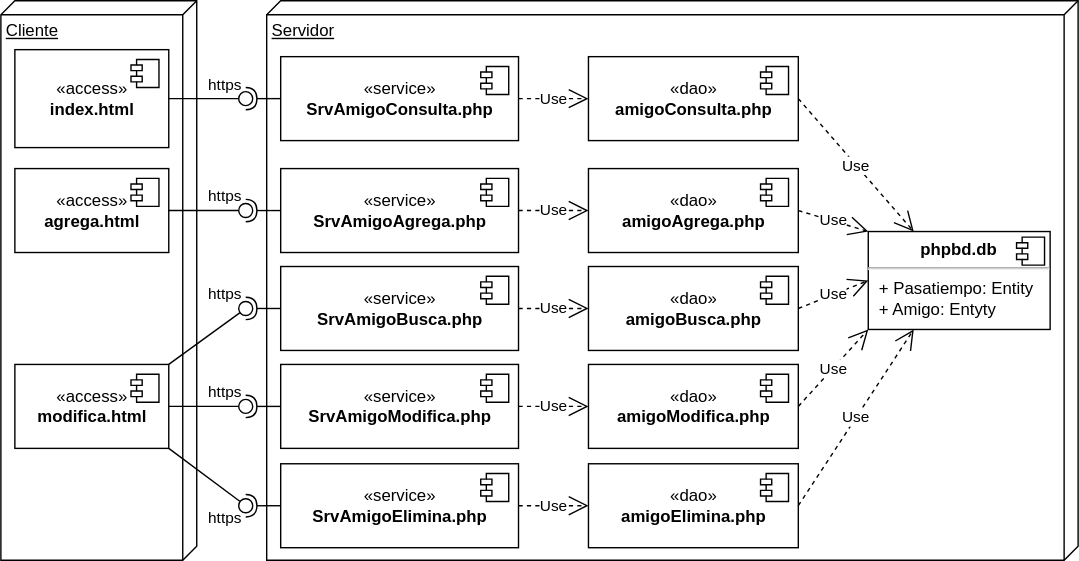
Above: img/m17auno/aunodeploy.drawio.svg in gilpgawoas/gilpgawoas.github.io (draw.io), before the change. Source tidied: cells renumbered, new cells last; positions are measured from the earlier drawing's top-left corner, leaving out a move shared by most shapes.
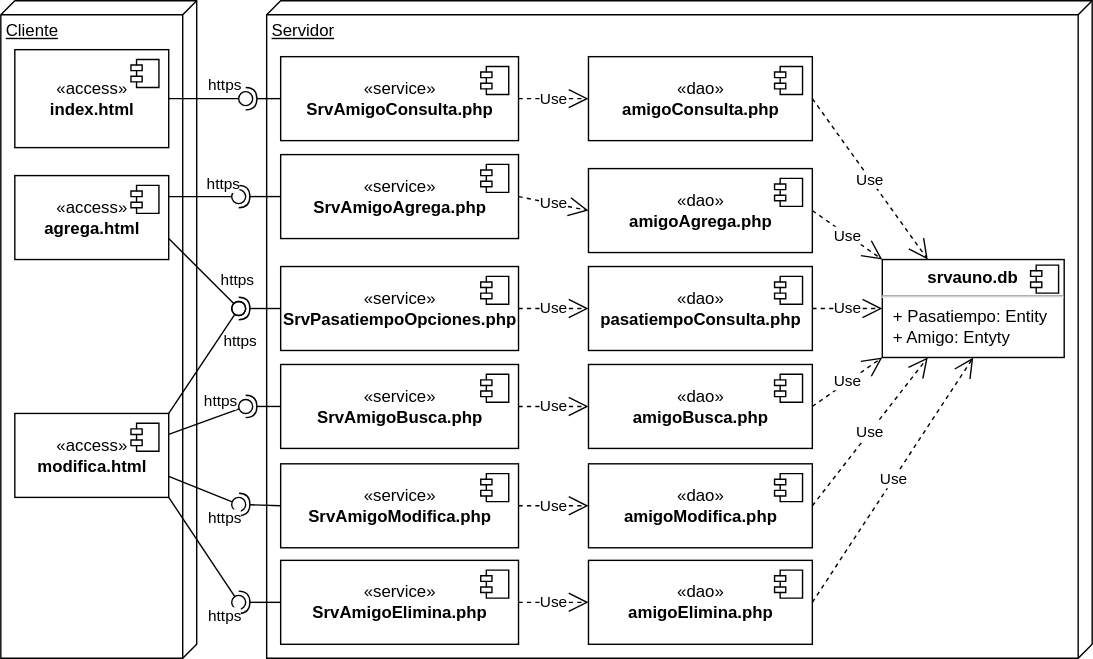
After the commit.

The edit, as a diff of the source:
```diff
@@ -3,7 +3,7 @@
     <mxCell id="0" />
     <mxCell id="1" parent="0" />
     <mxCell id="2" value="Cliente" style="verticalAlign=top;align=left;spacingTop=8;spacingLeft=2;spacingRight=12;shape=cube;size=10;direction=south;fontStyle=4;html=1;" parent="1" vertex="1">
-      <mxGeometry width="140" height="400" as="geometry" />
+      <mxGeometry width="140" height="470" as="geometry" />
     </mxCell>
     <mxCell id="3" value="«access»&lt;br&gt;&lt;b&gt;index.html&lt;/b&gt;" style="html=1;" parent="1" vertex="1">
       <mxGeometry x="10" y="35" width="110" height="70" as="geometry" />
@@ -14,7 +14,7 @@
       </mxGeometry>
     </mxCell>
     <mxCell id="5" value="Servidor" style="verticalAlign=top;align=left;spacingTop=8;spacingLeft=2;spacingRight=12;shape=cube;size=10;direction=south;fontStyle=4;html=1;" parent="1" vertex="1">
-      <mxGeometry x="190" width="580" height="400" as="geometry" />
+      <mxGeometry x="190" width="590" height="470" as="geometry" />
     </mxCell>
     <mxCell id="6" value="«service»&lt;br&gt;&lt;b&gt;SrvAmigoConsulta.php&lt;/b&gt;" style="html=1;" parent="1" vertex="1">
       <mxGeometry x="200" y="40" width="170" height="60" as="geometry" />
@@ -25,7 +25,7 @@
       </mxGeometry>
     </mxCell>
     <mxCell id="8" value="«dao»&lt;br&gt;&lt;b style=&quot;border-color: var(--border-color);&quot;&gt;amigo&lt;/b&gt;&lt;b&gt;Modifica.php&lt;/b&gt;" style="html=1;" parent="1" vertex="1">
-      <mxGeometry x="420" y="260" width="150" height="60" as="geometry" />
+      <mxGeometry x="420" y="331" width="160" height="60" as="geometry" />
     </mxCell>
     <mxCell id="9" style="shape=module;jettyWidth=8;jettyHeight=4;" parent="8" vertex="1">
       <mxGeometry x="1" width="20" height="20" relative="1" as="geometry">
@@ -33,7 +33,7 @@
       </mxGeometry>
     </mxCell>
     <mxCell id="10" value="«dao»&lt;br&gt;&lt;b style=&quot;border-color: var(--border-color);&quot;&gt;amigo&lt;/b&gt;&lt;b&gt;Elimina.php&lt;/b&gt;" style="html=1;" parent="1" vertex="1">
-      <mxGeometry x="420" y="331" width="150" height="60" as="geometry" />
+      <mxGeometry x="420" y="400" width="160" height="60" as="geometry" />
     </mxCell>
     <mxCell id="11" style="shape=module;jettyWidth=8;jettyHeight=4;" parent="10" vertex="1">
       <mxGeometry x="1" width="20" height="20" relative="1" as="geometry">
@@ -46,14 +46,14 @@
     <mxCell id="13" value="Use" style="endArrow=open;endSize=12;dashed=1;html=1;rounded=0;entryX=0;entryY=0.5;entryDx=0;entryDy=0;exitX=1;exitY=0.5;exitDx=0;exitDy=0;" parent="1" edge="1" source="38" target="10">
       <mxGeometry relative="1" as="geometry" />
     </mxCell>
-    <mxCell id="14" value="Use" style="endArrow=open;endSize=12;dashed=1;html=1;rounded=0;exitX=1;exitY=0.5;exitDx=0;exitDy=0;entryX=0;entryY=1;entryDx=0;entryDy=0;" parent="1" edge="1" source="8" target="16">
+    <mxCell id="14" value="Use" style="endArrow=open;endSize=12;dashed=1;html=1;rounded=0;exitX=1;exitY=0.5;exitDx=0;exitDy=0;entryX=0.25;entryY=1;entryDx=0;entryDy=0;" parent="1" edge="1" source="8" target="16">
       <mxGeometry relative="1" as="geometry" />
     </mxCell>
-    <mxCell id="15" value="Use" style="endArrow=open;endSize=12;dashed=1;html=1;rounded=0;entryX=0.25;entryY=1;entryDx=0;entryDy=0;exitX=1;exitY=0.5;exitDx=0;exitDy=0;" parent="1" edge="1" source="10" target="16">
+    <mxCell id="15" value="Use" style="endArrow=open;endSize=12;dashed=1;html=1;rounded=0;entryX=0.5;entryY=1;entryDx=0;entryDy=0;exitX=1;exitY=0.5;exitDx=0;exitDy=0;" parent="1" edge="1" source="10" target="16">
       <mxGeometry relative="1" as="geometry" />
     </mxCell>
-    <mxCell id="16" value="&lt;p style=&quot;margin:0px;margin-top:6px;text-align:center;&quot;&gt;&lt;b&gt;phpbd.db&lt;/b&gt;&lt;/p&gt;&lt;hr&gt;&lt;p style=&quot;margin:0px;margin-left:8px;&quot;&gt;+ Pasatiempo: Entity&lt;/p&gt;&lt;p style=&quot;margin:0px;margin-left:8px;&quot;&gt;+ Amigo: Entyty&lt;/p&gt;" style="align=left;overflow=fill;html=1;" parent="1" vertex="1">
-      <mxGeometry x="620" y="165" width="130" height="70" as="geometry" />
+    <mxCell id="16" value="&lt;p style=&quot;margin:0px;margin-top:6px;text-align:center;&quot;&gt;&lt;b&gt;srvauno.db&lt;/b&gt;&lt;/p&gt;&lt;hr&gt;&lt;p style=&quot;margin:0px;margin-left:8px;&quot;&gt;+ Pasatiempo: Entity&lt;/p&gt;&lt;p style=&quot;margin:0px;margin-left:8px;&quot;&gt;+ Amigo: Entyty&lt;/p&gt;" style="align=left;overflow=fill;html=1;" parent="1" vertex="1">
+      <mxGeometry x="630" y="185" width="130" height="70" as="geometry" />
     </mxCell>
     <mxCell id="17" style="shape=component;jettyWidth=8;jettyHeight=4;" parent="16" vertex="1">
       <mxGeometry x="1" width="20" height="20" relative="1" as="geometry">
@@ -61,7 +61,7 @@
       </mxGeometry>
     </mxCell>
     <mxCell id="18" value="«dao»&lt;br&gt;&lt;b style=&quot;border-color: var(--border-color);&quot;&gt;amigo&lt;/b&gt;&lt;b&gt;Agrega.php&lt;/b&gt;" style="html=1;" parent="1" vertex="1">
-      <mxGeometry x="420" y="120" width="150" height="60" as="geometry" />
+      <mxGeometry x="420" y="120" width="160" height="60" as="geometry" />
     </mxCell>
     <mxCell id="19" style="shape=module;jettyWidth=8;jettyHeight=4;" parent="18" vertex="1">
       <mxGeometry x="1" width="20" height="20" relative="1" as="geometry">
@@ -69,7 +69,7 @@
       </mxGeometry>
     </mxCell>
     <mxCell id="20" value="«dao»&lt;br&gt;&lt;b style=&quot;border-color: var(--border-color);&quot;&gt;amigo&lt;/b&gt;&lt;b&gt;Busca.php&lt;/b&gt;" style="html=1;" parent="1" vertex="1">
-      <mxGeometry x="420" y="190" width="150" height="60" as="geometry" />
+      <mxGeometry x="420" y="260" width="160" height="60" as="geometry" />
     </mxCell>
     <mxCell id="21" style="shape=module;jettyWidth=8;jettyHeight=4;" parent="20" vertex="1">
       <mxGeometry x="1" width="20" height="20" relative="1" as="geometry">
@@ -79,7 +79,7 @@
     <mxCell id="22" value="Use" style="endArrow=open;endSize=12;dashed=1;html=1;rounded=0;exitX=1;exitY=0.5;exitDx=0;exitDy=0;entryX=0;entryY=0;entryDx=0;entryDy=0;" parent="1" edge="1" source="18" target="16">
       <mxGeometry relative="1" as="geometry" />
     </mxCell>
-    <mxCell id="23" value="Use" style="endArrow=open;endSize=12;dashed=1;html=1;rounded=0;exitX=1;exitY=0.5;exitDx=0;exitDy=0;entryX=0;entryY=0.5;entryDx=0;entryDy=0;" parent="1" edge="1" source="20" target="16">
+    <mxCell id="23" value="Use" style="endArrow=open;endSize=12;dashed=1;html=1;rounded=0;exitX=1;exitY=0.5;exitDx=0;exitDy=0;entryX=0;entryY=1;entryDx=0;entryDy=0;" parent="1" edge="1" source="20" target="16">
       <mxGeometry relative="1" as="geometry" />
     </mxCell>
     <mxCell id="24" value="Use" style="endArrow=open;endSize=12;dashed=1;html=1;rounded=0;entryX=0;entryY=0.5;entryDx=0;entryDy=0;exitX=1;exitY=0.5;exitDx=0;exitDy=0;" parent="1" edge="1" source="34" target="20">
@@ -89,7 +89,7 @@
       <mxGeometry relative="1" as="geometry" />
     </mxCell>
     <mxCell id="26" value="«access»&lt;br&gt;&lt;b&gt;agrega.html&lt;/b&gt;" style="html=1;" parent="1" vertex="1">
-      <mxGeometry x="10" y="120" width="110" height="60" as="geometry" />
+      <mxGeometry x="10" y="125" width="110" height="60" as="geometry" />
     </mxCell>
     <mxCell id="27" style="shape=module;jettyWidth=8;jettyHeight=4;" parent="26" vertex="1">
       <mxGeometry x="1" width="20" height="20" relative="1" as="geometry">
@@ -97,7 +97,7 @@
       </mxGeometry>
     </mxCell>
     <mxCell id="28" value="«access»&lt;br&gt;&lt;b&gt;modifica.html&lt;/b&gt;" style="html=1;" parent="1" vertex="1">
-      <mxGeometry x="10" y="260" width="110" height="60" as="geometry" />
+      <mxGeometry x="10" y="295" width="110" height="60" as="geometry" />
     </mxCell>
     <mxCell id="29" style="shape=module;jettyWidth=8;jettyHeight=4;" parent="28" vertex="1">
       <mxGeometry x="1" width="20" height="20" relative="1" as="geometry">
@@ -105,7 +105,7 @@
       </mxGeometry>
     </mxCell>
     <mxCell id="30" value="«dao»&lt;br&gt;&lt;b&gt;amigoConsulta.php&lt;/b&gt;" style="html=1;" parent="1" vertex="1">
-      <mxGeometry x="420" y="40" width="150" height="60" as="geometry" />
+      <mxGeometry x="420" y="40" width="160" height="60" as="geometry" />
     </mxCell>
     <mxCell id="31" style="shape=module;jettyWidth=8;jettyHeight=4;" parent="30" vertex="1">
       <mxGeometry x="1" width="20" height="20" relative="1" as="geometry">
@@ -113,7 +113,7 @@
       </mxGeometry>
     </mxCell>
     <mxCell id="32" value="«service»&lt;br&gt;&lt;b&gt;Srv&lt;/b&gt;&lt;b style=&quot;border-color: var(--border-color);&quot;&gt;Amigo&lt;/b&gt;&lt;b&gt;Agrega.php&lt;/b&gt;" style="html=1;" parent="1" vertex="1">
-      <mxGeometry x="200" y="120" width="170" height="60" as="geometry" />
+      <mxGeometry x="200" y="110" width="170" height="60" as="geometry" />
     </mxCell>
     <mxCell id="33" style="shape=module;jettyWidth=8;jettyHeight=4;" parent="32" vertex="1">
       <mxGeometry x="1" width="20" height="20" relative="1" as="geometry">
@@ -121,7 +121,7 @@
       </mxGeometry>
     </mxCell>
     <mxCell id="34" value="«service»&lt;br&gt;&lt;b&gt;Srv&lt;/b&gt;&lt;b style=&quot;border-color: var(--border-color);&quot;&gt;Amigo&lt;/b&gt;&lt;b&gt;Busca.php&lt;/b&gt;" style="html=1;" parent="1" vertex="1">
-      <mxGeometry x="200" y="190" width="170" height="60" as="geometry" />
+      <mxGeometry x="200" y="260" width="170" height="60" as="geometry" />
     </mxCell>
     <mxCell id="35" style="shape=module;jettyWidth=8;jettyHeight=4;" parent="34" vertex="1">
       <mxGeometry x="1" width="20" height="20" relative="1" as="geometry">
@@ -129,7 +129,7 @@
       </mxGeometry>
     </mxCell>
     <mxCell id="36" value="«service»&lt;br&gt;&lt;b&gt;Srv&lt;/b&gt;&lt;b style=&quot;border-color: var(--border-color);&quot;&gt;Amigo&lt;/b&gt;&lt;b&gt;Modifica.php&lt;/b&gt;" style="html=1;" parent="1" vertex="1">
-      <mxGeometry x="200" y="260" width="170" height="60" as="geometry" />
+      <mxGeometry x="200" y="331" width="170" height="60" as="geometry" />
     </mxCell>
     <mxCell id="37" style="shape=module;jettyWidth=8;jettyHeight=4;" parent="36" vertex="1">
       <mxGeometry x="1" width="20" height="20" relative="1" as="geometry">
@@ -137,7 +137,7 @@
       </mxGeometry>
     </mxCell>
     <mxCell id="38" value="«service»&lt;br&gt;&lt;b&gt;Srv&lt;/b&gt;&lt;b style=&quot;border-color: var(--border-color);&quot;&gt;Amigo&lt;/b&gt;&lt;b&gt;Elimina.php&lt;/b&gt;" style="html=1;" parent="1" vertex="1">
-      <mxGeometry x="200" y="331" width="170" height="60" as="geometry" />
+      <mxGeometry x="200" y="400" width="170" height="60" as="geometry" />
     </mxCell>
     <mxCell id="39" style="shape=module;jettyWidth=8;jettyHeight=4;" parent="38" vertex="1">
       <mxGeometry x="1" width="20" height="20" relative="1" as="geometry">
@@ -150,42 +150,23 @@
     <mxCell id="41" value="Use" style="endArrow=open;endSize=12;dashed=1;html=1;rounded=0;exitX=1;exitY=0.5;exitDx=0;exitDy=0;entryX=0.25;entryY=0;entryDx=0;entryDy=0;" parent="1" edge="1" source="30" target="16">
       <mxGeometry relative="1" as="geometry" />
     </mxCell>
-    <mxCell id="42" value="https" style="rounded=0;jettySize=auto;html=1;endArrow=none;endFill=0;sketch=0;sourcePerimeterSpacing=0;targetPerimeterSpacing=0;exitX=1;exitY=0;exitDx=0;exitDy=0;" parent="1" edge="1" source="28" target="44">
-      <mxGeometry x="0.96" y="17" relative="1" as="geometry" />
+    <mxCell id="42" value="https" style="rounded=0;jettySize=auto;html=1;endArrow=none;endFill=0;sketch=0;sourcePerimeterSpacing=0;targetPerimeterSpacing=0;exitX=1;exitY=0.25;exitDx=0;exitDy=0;" parent="1" edge="1" source="28" target="44">
+      <mxGeometry x="0.6" y="10" relative="1" as="geometry" />
     </mxCell>
-    <mxCell id="43" style="rounded=0;jettySize=auto;html=1;endArrow=halfCircle;endFill=0;entryX=0.5;entryY=0.5;endSize=6;strokeWidth=1;sketch=0;exitX=0;exitY=0.5;exitDx=0;exitDy=0;" parent="1" edge="1" source="34" target="44">
-      <mxGeometry relative="1" as="geometry" />
+    <mxCell id="43" style="rounded=0;jettySize=auto;html=1;endArrow=halfCircle;endFill=0;endSize=6;strokeWidth=1;sketch=0;exitX=0;exitY=0.5;exitDx=0;exitDy=0;" parent="1" edge="1" source="34">
+      <mxGeometry relative="1" as="geometry">
+        <mxPoint x="175" y="290" as="targetPoint" />
+      </mxGeometry>
     </mxCell>
     <mxCell id="44" style="ellipse;whiteSpace=wrap;html=1;align=center;points=[];outlineConnect=0;sketch=0;" parent="1" vertex="1">
-      <mxGeometry x="170" y="215" width="10" height="10" as="geometry" />
+      <mxGeometry x="170" y="285" width="10" height="10" as="geometry" />
     </mxCell>
-    <mxCell id="45" value="https" style="rounded=0;jettySize=auto;html=1;endArrow=none;endFill=0;sketch=0;sourcePerimeterSpacing=0;targetPerimeterSpacing=0;exitX=1;exitY=0.5;exitDx=0;exitDy=0;" parent="1" edge="1" source="28" target="47">
-      <mxGeometry x="0.6" y="10" relative="1" as="geometry" />
-    </mxCell>
-    <mxCell id="46" style="rounded=0;jettySize=auto;html=1;endArrow=halfCircle;endFill=0;entryX=0.5;entryY=0.5;endSize=6;strokeWidth=1;sketch=0;exitX=0;exitY=0.5;exitDx=0;exitDy=0;" parent="1" edge="1" source="36" target="47">
-      <mxGeometry relative="1" as="geometry" />
-    </mxCell>
-    <mxCell id="47" style="ellipse;whiteSpace=wrap;html=1;align=center;points=[];outlineConnect=0;sketch=0;" parent="1" vertex="1">
-      <mxGeometry x="170" y="285" width="10" height="10" as="geometry" />
-    </mxCell>
-    <mxCell id="48" value="https" style="rounded=0;jettySize=auto;html=1;endArrow=none;endFill=0;sketch=0;sourcePerimeterSpacing=0;targetPerimeterSpacing=0;exitX=1;exitY=1;exitDx=0;exitDy=0;" parent="1" edge="1" source="28" target="50">
-      <mxGeometry x="0.95" y="-16" relative="1" as="geometry" />
-    </mxCell>
-    <mxCell id="49" style="rounded=0;jettySize=auto;html=1;endArrow=halfCircle;endFill=0;entryX=0.5;entryY=0.5;endSize=6;strokeWidth=1;sketch=0;exitX=0;exitY=0.5;exitDx=0;exitDy=0;" parent="1" edge="1" source="38" target="50">
-      <mxGeometry relative="1" as="geometry" />
+    <mxCell id="49" style="rounded=0;orthogonalLoop=1;jettySize=auto;html=1;endArrow=halfCircle;endFill=0;endSize=6;strokeWidth=1;sketch=0;exitX=0;exitY=0.5;exitDx=0;exitDy=0;" parent="1" edge="1">
+      <mxGeometry relative="1" as="geometry">
+        <mxPoint x="170" y="430" as="sourcePoint" />
+        <mxPoint x="170" y="430" as="targetPoint" />
+      </mxGeometry>
     </mxCell>
-    <mxCell id="50" style="ellipse;whiteSpace=wrap;html=1;align=center;points=[];outlineConnect=0;sketch=0;" parent="1" vertex="1">
-      <mxGeometry x="170" y="356" width="10" height="10" as="geometry" />
-    </mxCell>
-    <mxCell id="51" value="https" style="rounded=0;jettySize=auto;html=1;endArrow=none;endFill=0;sketch=0;sourcePerimeterSpacing=0;targetPerimeterSpacing=0;exitX=1;exitY=0.5;exitDx=0;exitDy=0;" parent="1" edge="1" source="26" target="53">
-      <mxGeometry x="0.6" y="10" relative="1" as="geometry" />
-    </mxCell>
-    <mxCell id="52" style="rounded=0;jettySize=auto;html=1;endArrow=halfCircle;endFill=0;entryX=0.5;entryY=0.5;endSize=6;strokeWidth=1;sketch=0;exitX=0;exitY=0.5;exitDx=0;exitDy=0;" parent="1" edge="1" source="32" target="53">
-      <mxGeometry relative="1" as="geometry" />
-    </mxCell>
-    <mxCell id="53" style="ellipse;whiteSpace=wrap;html=1;align=center;points=[];outlineConnect=0;sketch=0;" parent="1" vertex="1">
-      <mxGeometry x="170" y="145" width="10" height="10" as="geometry" />
-    </mxCell>
     <mxCell id="54" value="https" style="rounded=0;jettySize=auto;html=1;endArrow=none;endFill=0;sketch=0;sourcePerimeterSpacing=0;targetPerimeterSpacing=0;exitX=1;exitY=0.5;exitDx=0;exitDy=0;" parent="1" edge="1" source="3" target="56">
       <mxGeometry x="0.6" y="10" relative="1" as="geometry" />
     </mxCell>
@@ -195,5 +176,90 @@
     <mxCell id="56" style="ellipse;whiteSpace=wrap;html=1;align=center;points=[];outlineConnect=0;sketch=0;" parent="1" vertex="1">
       <mxGeometry x="170" y="65" width="10" height="10" as="geometry" />
     </mxCell>
+    <mxCell id="57" value="«service»&lt;br&gt;&lt;b&gt;SrvPasatiempoOpciones&lt;/b&gt;&lt;b&gt;.php&lt;/b&gt;" style="html=1;" parent="1" vertex="1">
+      <mxGeometry x="200" y="190" width="170" height="60" as="geometry" />
+    </mxCell>
+    <mxCell id="58" style="shape=module;jettyWidth=8;jettyHeight=4;" parent="57" vertex="1">
+      <mxGeometry x="1" width="20" height="20" relative="1" as="geometry">
+        <mxPoint x="-27" y="7" as="offset" />
+      </mxGeometry>
+    </mxCell>
+    <mxCell id="59" value="«dao»&lt;br&gt;&lt;b&gt;pasatiempoConsulta.php&lt;/b&gt;" style="html=1;" parent="1" vertex="1">
+      <mxGeometry x="420" y="190" width="160" height="60" as="geometry" />
+    </mxCell>
+    <mxCell id="60" style="shape=module;jettyWidth=8;jettyHeight=4;" parent="59" vertex="1">
+      <mxGeometry x="1" width="20" height="20" relative="1" as="geometry">
+        <mxPoint x="-27" y="7" as="offset" />
+      </mxGeometry>
+    </mxCell>
+    <mxCell id="61" value="Use" style="endArrow=open;endSize=12;dashed=1;html=1;rounded=0;exitX=1;exitY=0.5;exitDx=0;exitDy=0;entryX=0;entryY=0.5;entryDx=0;entryDy=0;" parent="1" edge="1" source="59" target="16">
+      <mxGeometry relative="1" as="geometry" />
+    </mxCell>
+    <mxCell id="62" value="Use" style="endArrow=open;endSize=12;dashed=1;html=1;rounded=0;entryX=0;entryY=0.5;entryDx=0;entryDy=0;exitX=1;exitY=0.5;exitDx=0;exitDy=0;" parent="1" edge="1" source="57" target="59">
+      <mxGeometry relative="1" as="geometry" />
+    </mxCell>
+    <mxCell id="63" style="rounded=0;jettySize=auto;html=1;endArrow=halfCircle;endFill=0;endSize=6;strokeWidth=1;sketch=0;exitX=0;exitY=0.5;exitDx=0;exitDy=0;" parent="1" edge="1" source="32">
+      <mxGeometry relative="1" as="geometry">
+        <mxPoint x="170" y="140" as="targetPoint" />
+      </mxGeometry>
+    </mxCell>
+    <mxCell id="64" value="https" style="rounded=0;jettySize=auto;html=1;endArrow=oval;endFill=0;sketch=0;sourcePerimeterSpacing=0;targetPerimeterSpacing=0;endSize=10;exitX=1;exitY=0.25;exitDx=0;exitDy=0;" parent="1" edge="1" source="26">
+      <mxGeometry x="0.56" y="9" relative="1" as="geometry">
+        <mxPoint x="170" y="140" as="targetPoint" />
+      </mxGeometry>
+    </mxCell>
+    <mxCell id="65" style="ellipse;whiteSpace=wrap;html=1;align=center;fillColor=none;strokeColor=none;perimeter=centerPerimeter;" parent="1" vertex="1">
+      <mxGeometry x="395" y="410" width="10" height="10" as="geometry" />
+    </mxCell>
+    <mxCell id="66" style="rounded=0;jettySize=auto;html=1;endArrow=halfCircle;endFill=0;endSize=6;strokeWidth=1;sketch=0;exitX=0;exitY=0.5;exitDx=0;exitDy=0;" parent="1" edge="1" source="57">
+      <mxGeometry relative="1" as="geometry">
+        <mxPoint x="170" y="220" as="targetPoint" />
+      </mxGeometry>
+    </mxCell>
+    <mxCell id="67" value="https" style="rounded=0;jettySize=auto;html=1;endArrow=oval;endFill=0;sketch=0;sourcePerimeterSpacing=0;targetPerimeterSpacing=0;endSize=10;exitX=1;exitY=0.75;exitDx=0;exitDy=0;" parent="1" edge="1" source="26">
+      <mxGeometry x="0.6" y="13" relative="1" as="geometry">
+        <mxPoint x="170" y="220" as="targetPoint" />
+        <mxPoint y="-1" as="offset" />
+      </mxGeometry>
+    </mxCell>
+    <mxCell id="68" style="ellipse;whiteSpace=wrap;html=1;align=center;fillColor=none;strokeColor=none;perimeter=centerPerimeter;" parent="1" vertex="1">
+      <mxGeometry x="395" y="410" width="10" height="10" as="geometry" />
+    </mxCell>
+    <mxCell id="69" value="https" style="rounded=0;jettySize=auto;html=1;endArrow=oval;endFill=0;sketch=0;sourcePerimeterSpacing=0;targetPerimeterSpacing=0;endSize=10;exitX=1;exitY=0;exitDx=0;exitDy=0;" parent="1" edge="1" source="28">
+      <mxGeometry x="0.6" y="-13" relative="1" as="geometry">
+        <mxPoint x="170" y="220" as="targetPoint" />
+        <mxPoint y="1" as="offset" />
+      </mxGeometry>
+    </mxCell>
+    <mxCell id="70" style="ellipse;whiteSpace=wrap;html=1;align=center;fillColor=none;strokeColor=none;perimeter=centerPerimeter;" parent="1" vertex="1">
+      <mxGeometry x="395" y="410" width="10" height="10" as="geometry" />
+    </mxCell>
+    <mxCell id="71" style="rounded=0;jettySize=auto;html=1;endArrow=halfCircle;endFill=0;endSize=6;strokeWidth=1;sketch=0;exitX=0;exitY=0.5;exitDx=0;exitDy=0;" parent="1" edge="1" source="36">
+      <mxGeometry relative="1" as="geometry">
+        <mxPoint x="170" y="360" as="targetPoint" />
+      </mxGeometry>
+    </mxCell>
+    <mxCell id="72" value="https" style="rounded=0;jettySize=auto;html=1;endArrow=oval;endFill=0;sketch=0;sourcePerimeterSpacing=0;targetPerimeterSpacing=0;endSize=10;exitX=1;exitY=0.75;exitDx=0;exitDy=0;" parent="1" edge="1" source="28">
+      <mxGeometry x="0.79" y="-13" relative="1" as="geometry">
+        <mxPoint x="170" y="360" as="targetPoint" />
+      </mxGeometry>
+    </mxCell>
+    <mxCell id="73" style="ellipse;whiteSpace=wrap;html=1;align=center;fillColor=none;strokeColor=none;perimeter=centerPerimeter;" parent="1" vertex="1">
+      <mxGeometry x="395" y="410" width="10" height="10" as="geometry" />
+    </mxCell>
+    <mxCell id="74" style="rounded=0;jettySize=auto;html=1;endArrow=halfCircle;endFill=0;endSize=6;strokeWidth=1;sketch=0;exitX=0;exitY=0.5;exitDx=0;exitDy=0;" parent="1" edge="1" source="38">
+      <mxGeometry relative="1" as="geometry">
+        <mxPoint x="170" y="430" as="targetPoint" />
+      </mxGeometry>
+    </mxCell>
+    <mxCell id="75" value="https" style="rounded=0;jettySize=auto;html=1;endArrow=oval;endFill=0;sketch=0;sourcePerimeterSpacing=0;targetPerimeterSpacing=0;endSize=10;exitX=1;exitY=1;exitDx=0;exitDy=0;" parent="1" edge="1" source="28">
+      <mxGeometry x="1" y="-14" relative="1" as="geometry">
+        <mxPoint x="170" y="430" as="targetPoint" />
+        <mxPoint x="2" y="2" as="offset" />
+      </mxGeometry>
+    </mxCell>
+    <mxCell id="76" style="ellipse;whiteSpace=wrap;html=1;align=center;fillColor=none;strokeColor=none;perimeter=centerPerimeter;" parent="1" vertex="1">
+      <mxGeometry x="395" y="410" width="10" height="10" as="geometry" />
+    </mxCell>
   </root>
 </mxGraphModel>
```
